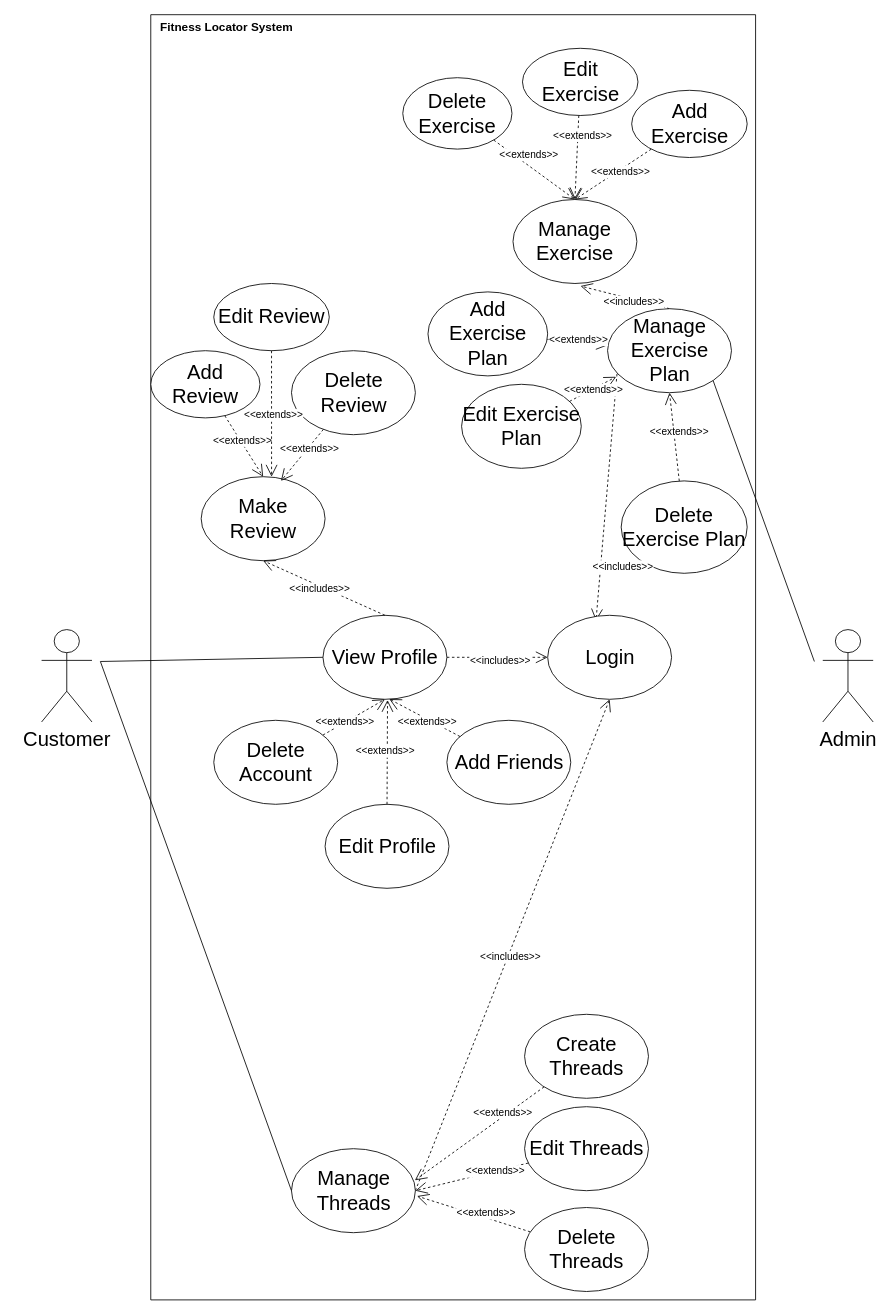
Before: Usecases_Diagram/UseCase.drawio in dihcuierc/TrainTogether, a draw.io diagram. Source tidied: cells renumbered, new cells numbered last; positions are measured from the earlier drawing's top-left corner, leaving out a move shared by most shapes. Both pictures are drawn from the tidied source at 84%, with x=0, y=0 at pixel (41, 14).
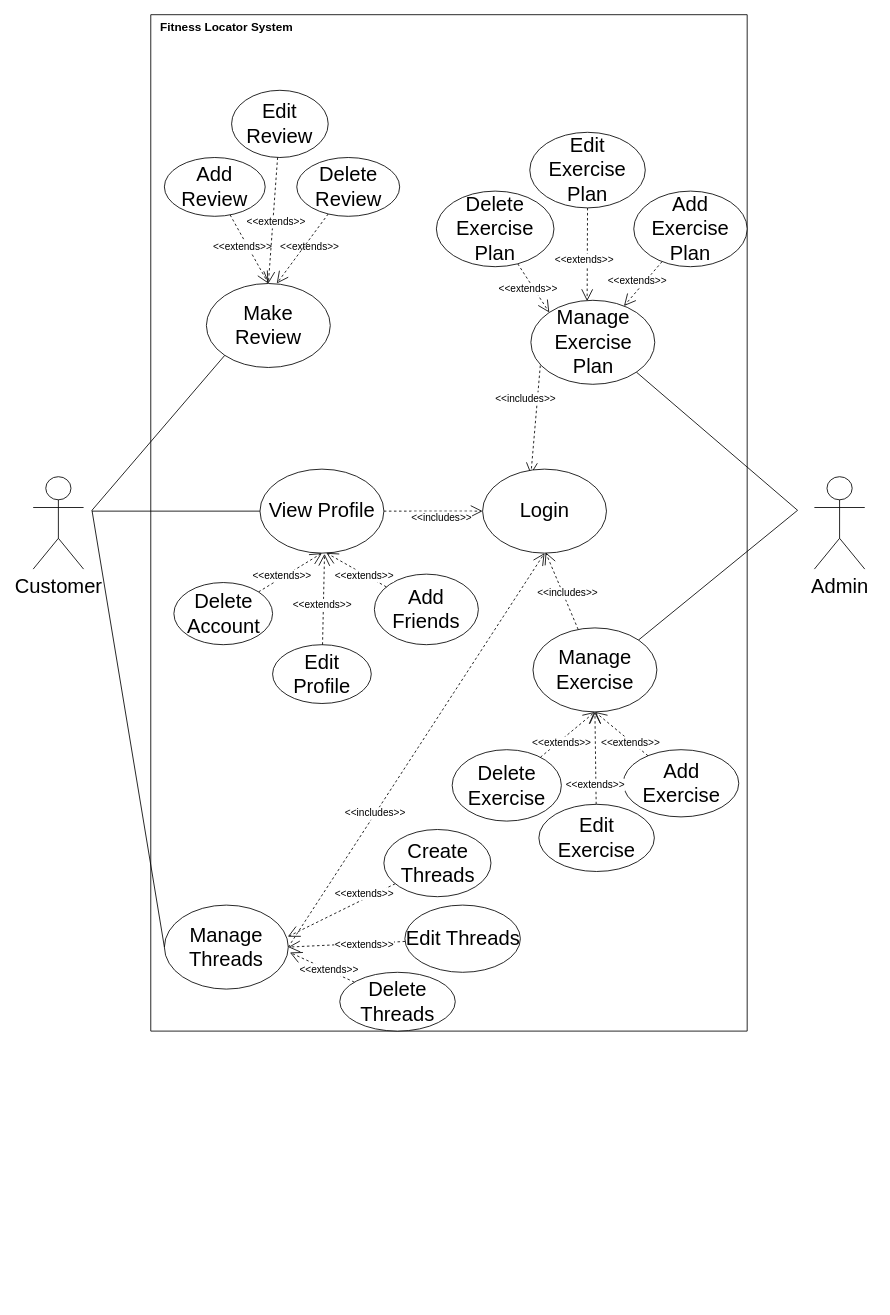
The same diagram, later.

Commit message (it also covers changes not shown here):
Small Changes to Usecase & Added Use Case Template

What changed in the source:
```diff
@@
     <mxCell id="2" style="edgeStyle=none;shape=connector;rounded=0;jettySize=auto;html=1;entryX=0;entryY=0.5;entryDx=0;entryDy=0;labelBackgroundColor=default;strokeColor=default;fontFamily=Helvetica;fontSize=24;fontColor=default;endArrow=none;" parent="1" edge="1" target="34">
       <mxGeometry relative="1" as="geometry">
-        <mxPoint x="70" y="770" as="sourcePoint" />
+        <mxPoint x="60" y="591" as="sourcePoint" />
       </mxGeometry>
     </mxCell>
     <mxCell id="3" value="&lt;font style=&quot;font-size: 24px;&quot;&gt;Customer&lt;/font&gt;" style="shape=umlActor;verticalLabelPosition=bottom;verticalAlign=top;html=1;" parent="1" vertex="1">
-      <mxGeometry y="732" width="60" height="110" as="geometry" />
+      <mxGeometry x="-10" y="550" width="60" height="110" as="geometry" />
     </mxCell>
     <mxCell id="4" style="swimlane;startSize=0;" parent="1" vertex="1">
-      <mxGeometry x="130" width="720" height="1530" as="geometry" />
+      <mxGeometry x="130" width="710" height="1210" as="geometry" />
     </mxCell>
-    <mxCell id="5" style="edgeStyle=none;shape=connector;rounded=0;jettySize=auto;html=1;entryX=0.5;entryY=1;entryDx=0;entryDy=0;dashed=1;labelBackgroundColor=default;strokeColor=default;fontFamily=Helvetica;fontSize=24;fontColor=default;endArrow=open;endSize=12;" parent="4" edge="1" source="6" target="15">
+    <mxCell id="5" style="edgeStyle=none;shape=connector;rounded=0;jettySize=auto;html=1;entryX=0;entryY=0;entryDx=0;entryDy=0;dashed=1;labelBackgroundColor=default;strokeColor=default;fontFamily=Helvetica;fontSize=24;fontColor=default;endArrow=open;endSize=12;" parent="4" edge="1" source="6" target="15">
       <mxGeometry relative="1" as="geometry" />
     </mxCell>
     <mxCell id="6" value="Delete Exercise Plan" style="ellipse;whiteSpace=wrap;html=1;fontSize=24;" parent="4" vertex="1">
-      <mxGeometry x="560" y="555" width="150" height="110" as="geometry" />
+      <mxGeometry x="340" y="210" width="140" height="90" as="geometry" />
     </mxCell>
-    <mxCell id="7" style="edgeStyle=none;shape=connector;rounded=0;jettySize=auto;html=1;entryX=0.069;entryY=0.811;entryDx=0;entryDy=0;entryPerimeter=0;dashed=1;labelBackgroundColor=default;strokeColor=default;fontFamily=Helvetica;fontSize=24;fontColor=default;endArrow=open;endSize=12;" parent="4" edge="1" source="8" target="15">
+    <mxCell id="7" style="edgeStyle=none;shape=connector;rounded=0;jettySize=auto;html=1;entryX=0.454;entryY=0.01;entryDx=0;entryDy=0;dashed=1;labelBackgroundColor=default;strokeColor=default;fontFamily=Helvetica;fontSize=24;fontColor=default;endArrow=open;endSize=12;entryPerimeter=0;" parent="4" edge="1" source="8" target="15">
       <mxGeometry relative="1" as="geometry" />
     </mxCell>
     <mxCell id="8" value="Edit Exercise Plan" style="ellipse;whiteSpace=wrap;html=1;fontSize=24;" parent="4" vertex="1">
-      <mxGeometry x="370" y="440" width="142.5" height="100" as="geometry" />
+      <mxGeometry x="451.2" y="140" width="137.5" height="90" as="geometry" />
     </mxCell>
     <mxCell id="9" value="Make &lt;br&gt;Review" style="ellipse;whiteSpace=wrap;html=1;fontSize=24;" parent="4" vertex="1">
-      <mxGeometry x="60" y="550" width="147.5" height="100" as="geometry" />
+      <mxGeometry x="66.2" y="320" width="147.5" height="100" as="geometry" />
     </mxCell>
@@
     <mxCell id="11" value="Add Review" style="ellipse;whiteSpace=wrap;html=1;fontSize=24;" parent="4" vertex="1">
-      <mxGeometry y="400" width="130" height="80" as="geometry" />
+      <mxGeometry x="16.2" y="170" width="120" height="70" as="geometry" />
     </mxCell>
     <mxCell id="12" value="Delete Review" style="ellipse;whiteSpace=wrap;html=1;fontSize=24;" parent="4" vertex="1">
-      <mxGeometry x="167.5" y="400" width="147.5" height="100" as="geometry" />
+      <mxGeometry x="173.8" y="170" width="122.5" height="70" as="geometry" />
     </mxCell>
@@
-    <mxCell id="14" style="edgeStyle=none;shape=connector;rounded=0;jettySize=auto;html=1;entryX=0.545;entryY=1.03;entryDx=0;entryDy=0;entryPerimeter=0;dashed=1;labelBackgroundColor=default;strokeColor=default;fontFamily=Helvetica;fontSize=11;fontColor=default;endArrow=open;endSize=12;exitX=0.5;exitY=0;exitDx=0;exitDy=0;" parent="4" edge="1" source="15" target="20">
-      <mxGeometry relative="1" as="geometry" />
-    </mxCell>
     <mxCell id="15" value="Manage Exercise Plan" style="ellipse;whiteSpace=wrap;html=1;fontSize=24;" parent="4" vertex="1">
-      <mxGeometry x="543.8" y="350" width="147.5" height="100" as="geometry" />
+      <mxGeometry x="452.5" y="340" width="147.5" height="100" as="geometry" />
     </mxCell>
-    <mxCell id="16" style="edgeStyle=none;shape=connector;rounded=0;jettySize=auto;html=1;entryX=0.5;entryY=0;entryDx=0;entryDy=0;dashed=1;labelBackgroundColor=default;strokeColor=default;fontFamily=Helvetica;fontSize=24;fontColor=default;endArrow=open;endSize=12;" parent="4" edge="1" source="17" target="20">
+    <mxCell id="16" style="edgeStyle=none;shape=connector;rounded=0;jettySize=auto;html=1;entryX=0.5;entryY=1;entryDx=0;entryDy=0;dashed=1;labelBackgroundColor=default;strokeColor=default;fontFamily=Helvetica;fontSize=24;fontColor=default;endArrow=open;endSize=12;" parent="4" edge="1" source="17" target="20">
       <mxGeometry relative="1" as="geometry" />
     </mxCell>
     <mxCell id="17" value="Edit Exercise" style="ellipse;whiteSpace=wrap;html=1;fontSize=24;" parent="4" vertex="1">
-      <mxGeometry x="442.5" y="40" width="137.5" height="80" as="geometry" />
+      <mxGeometry x="462" y="940" width="137.5" height="80" as="geometry" />
     </mxCell>
-    <mxCell id="18" style="edgeStyle=none;shape=connector;rounded=0;jettySize=auto;html=1;entryX=0.5;entryY=0;entryDx=0;entryDy=0;dashed=1;labelBackgroundColor=default;strokeColor=default;fontFamily=Helvetica;fontSize=24;fontColor=default;endArrow=open;endSize=12;" parent="4" edge="1" source="19" target="20">
+    <mxCell id="18" style="edgeStyle=none;shape=connector;rounded=0;jettySize=auto;html=1;entryX=0.5;entryY=1;entryDx=0;entryDy=0;dashed=1;labelBackgroundColor=default;strokeColor=default;fontFamily=Helvetica;fontSize=24;fontColor=default;endArrow=open;endSize=12;" parent="4" edge="1" source="19" target="20">
       <mxGeometry relative="1" as="geometry" />
     </mxCell>
     <mxCell id="19" value="Delete Exercise" style="ellipse;whiteSpace=wrap;html=1;fontSize=24;" parent="4" vertex="1">
-      <mxGeometry x="300" y="75" width="130" height="85" as="geometry" />
+      <mxGeometry x="358.8" y="875" width="130" height="85" as="geometry" />
     </mxCell>
     <mxCell id="20" value="Manage Exercise" style="ellipse;whiteSpace=wrap;html=1;fontSize=24;" parent="4" vertex="1">
-      <mxGeometry x="431.2" y="220" width="147.5" height="100" as="geometry" />
+      <mxGeometry x="455" y="730" width="147.5" height="100" as="geometry" />
     </mxCell>
@@
     <mxCell id="22" value="Manage Threads" style="ellipse;whiteSpace=wrap;html=1;fontSize=24;" parent="4" vertex="1">
-      <mxGeometry x="167.5" y="1350" width="147.5" height="100" as="geometry" />
+      <mxGeometry x="16.2" y="1060" width="147.5" height="100" as="geometry" />
     </mxCell>
     <mxCell id="23" value="Edit Threads" style="ellipse;whiteSpace=wrap;html=1;fontSize=24;" parent="4" vertex="1">
-      <mxGeometry x="445" y="1300" width="147.5" height="100" as="geometry" />
+      <mxGeometry x="302.5" y="1060" width="137.5" height="80" as="geometry" />
     </mxCell>
@@
     <mxCell id="25" value="Delete Threads" style="ellipse;whiteSpace=wrap;html=1;fontSize=24;" parent="4" vertex="1">
-      <mxGeometry x="445" y="1420" width="147.5" height="100" as="geometry" />
+      <mxGeometry x="225" y="1140" width="137.5" height="70" as="geometry" />
     </mxCell>
@@
     <mxCell id="28" value="Create&lt;br&gt;Threads" style="ellipse;whiteSpace=wrap;html=1;fontSize=24;" parent="4" vertex="1">
-      <mxGeometry x="445" y="1190" width="147.5" height="100" as="geometry" />
+      <mxGeometry x="277.5" y="970" width="127.5" height="80" as="geometry" />
     </mxCell>
-    <mxCell id="29" style="edgeStyle=none;shape=connector;rounded=0;jettySize=auto;html=1;entryX=0.5;entryY=0;entryDx=0;entryDy=0;dashed=1;labelBackgroundColor=default;strokeColor=default;fontFamily=Helvetica;fontSize=24;fontColor=default;endArrow=open;endSize=12;" parent="4" edge="1" source="30" target="20">
+    <mxCell id="29" style="edgeStyle=none;shape=connector;rounded=0;jettySize=auto;html=1;entryX=0.5;entryY=1;entryDx=0;entryDy=0;dashed=1;labelBackgroundColor=default;strokeColor=default;fontFamily=Helvetica;fontSize=24;fontColor=default;endArrow=open;endSize=12;" parent="4" edge="1" source="30" target="20">
       <mxGeometry relative="1" as="geometry" />
     </mxCell>
     <mxCell id="30" value="Add Exercise" style="ellipse;whiteSpace=wrap;html=1;fontSize=24;" parent="4" vertex="1">
-      <mxGeometry x="572.5" y="90" width="137.5" height="80" as="geometry" />
+      <mxGeometry x="562.5" y="875" width="137.5" height="80" as="geometry" />
     </mxCell>
     <mxCell id="31" value="Edit Review" style="ellipse;whiteSpace=wrap;html=1;fontSize=24;" parent="4" vertex="1">
-      <mxGeometry x="75" y="320" width="137.5" height="80" as="geometry" />
+      <mxGeometry x="96.2" y="90" width="115" height="80" as="geometry" />
     </mxCell>
     <mxCell id="32" value="Login" style="ellipse;whiteSpace=wrap;html=1;fontSize=24;" parent="4" vertex="1">
-      <mxGeometry x="472.5" y="715" width="147.5" height="100" as="geometry" />
+      <mxGeometry x="395" y="541" width="147.5" height="100" as="geometry" />
     </mxCell>
@@
     <mxCell id="34" value="View Profile" style="ellipse;whiteSpace=wrap;html=1;fontSize=24;" parent="4" vertex="1">
-      <mxGeometry x="205" y="715" width="147.5" height="100" as="geometry" />
+      <mxGeometry x="130" y="541" width="147.5" height="100" as="geometry" />
     </mxCell>
@@
     <mxCell id="36" value="Add Exercise Plan" style="ellipse;whiteSpace=wrap;html=1;fontSize=24;" parent="4" vertex="1">
-      <mxGeometry x="330" y="330" width="142.5" height="100" as="geometry" />
+      <mxGeometry x="575" y="210" width="135" height="90" as="geometry" />
     </mxCell>
-    <mxCell id="37" style="edgeStyle=none;shape=connector;rounded=0;jettySize=auto;html=1;entryX=0.5;entryY=1;entryDx=0;entryDy=0;dashed=1;labelBackgroundColor=default;strokeColor=default;fontFamily=Helvetica;fontSize=11;fontColor=default;endArrow=open;endSize=12;exitX=0.5;exitY=0;exitDx=0;exitDy=0;" parent="4" edge="1" source="34" target="9">
-      <mxGeometry relative="1" as="geometry" />
-    </mxCell>
@@
     <mxCell id="39" value="Delete Account" style="ellipse;whiteSpace=wrap;html=1;fontSize=24;" parent="4" vertex="1">
-      <mxGeometry x="75" y="840" width="147.5" height="100" as="geometry" />
+      <mxGeometry x="27.5" y="676" width="117.5" height="74" as="geometry" />
     </mxCell>
     <mxCell id="40" value="Edit Profile" style="ellipse;whiteSpace=wrap;html=1;fontSize=24;" parent="4" vertex="1">
-      <mxGeometry x="207.5" y="940" width="147.5" height="100" as="geometry" />
+      <mxGeometry x="145" y="750" width="117.5" height="70" as="geometry" />
     </mxCell>
     <mxCell id="41" value="Add Friends" style="ellipse;whiteSpace=wrap;html=1;fontSize=24;" parent="4" vertex="1">
-      <mxGeometry x="352.5" y="840" width="147.5" height="100" as="geometry" />
+      <mxGeometry x="266.2" y="666" width="123.8" height="84" as="geometry" />
     </mxCell>
-    <mxCell id="42" value="&amp;lt;&amp;lt;includes&amp;gt;&amp;gt;" style="edgeLabel;html=1;align=center;verticalAlign=middle;fontSize=12;fontFamily=Helvetica;fontColor=default;" parent="4" vertex="1">
-      <mxGeometry x="578.8" y="340" as="geometry">
-        <mxPoint x="-4" y="1" as="offset" />
-      </mxGeometry>
-    </mxCell>
-    <mxCell id="43" value="&amp;lt;&amp;lt;includes&amp;gt;&amp;gt;" style="edgeLabel;html=1;align=center;verticalAlign=middle;fontSize=12;fontFamily=Helvetica;fontColor=default;" parent="4" vertex="1">
-      <mxGeometry x="180" y="690" as="geometry">
-        <mxPoint x="20" y="-7" as="offset" />
-      </mxGeometry>
-    </mxCell>
     <mxCell id="44" value="&amp;lt;&amp;lt;includes&amp;gt;&amp;gt;" style="edgeLabel;html=1;align=center;verticalAlign=middle;fontSize=12;fontFamily=Helvetica;fontColor=default;" parent="4" vertex="1">
-      <mxGeometry x="410" y="800" as="geometry">
+      <mxGeometry x="340" y="630" as="geometry">
         <mxPoint x="5" y="-32" as="offset" />
       </mxGeometry>
     </mxCell>
     <mxCell id="45" value="&amp;lt;&amp;lt;includes&amp;gt;&amp;gt;" style="edgeLabel;html=1;align=center;verticalAlign=middle;fontSize=12;fontFamily=Helvetica;fontColor=default;" parent="4" vertex="1">
-      <mxGeometry x="502.5" y="640" as="geometry">
+      <mxGeometry x="386.3" y="440" as="geometry">
         <mxPoint x="59" y="16" as="offset" />
       </mxGeometry>
     </mxCell>
     <mxCell id="46" value="&amp;lt;&amp;lt;includes&amp;gt;&amp;gt;" style="edgeLabel;html=1;align=center;verticalAlign=middle;fontSize=12;fontFamily=Helvetica;fontColor=default;" parent="4" vertex="1">
-      <mxGeometry x="431.3" y="1120" as="geometry">
-        <mxPoint x="-4" y="1" as="offset" />
+      <mxGeometry x="157.5" y="430" as="geometry">
+        <mxPoint x="109" y="520" as="offset" />
       </mxGeometry>
     </mxCell>
@@
     <mxCell id="49" value="&amp;lt;&amp;lt;extends&amp;gt;&amp;gt;" style="edgeLabel;html=1;align=center;verticalAlign=middle;fontSize=12;fontFamily=Helvetica;fontColor=default;" parent="4" vertex="1">
-      <mxGeometry x="222.5" y="815" as="geometry">
+      <mxGeometry x="147.5" y="641" as="geometry">
         <mxPoint x="8" y="26" as="offset" />
       </mxGeometry>
     </mxCell>
     <mxCell id="50" value="&amp;lt;&amp;lt;extends&amp;gt;&amp;gt;" style="edgeLabel;html=1;align=center;verticalAlign=middle;fontSize=12;fontFamily=Helvetica;fontColor=default;" parent="4" vertex="1">
-      <mxGeometry x="270" y="850" as="geometry">
+      <mxGeometry x="195" y="676" as="geometry">
         <mxPoint x="8" y="26" as="offset" />
       </mxGeometry>
     </mxCell>
     <mxCell id="51" value="&amp;lt;&amp;lt;extends&amp;gt;&amp;gt;" style="edgeLabel;html=1;align=center;verticalAlign=middle;fontSize=12;fontFamily=Helvetica;fontColor=default;" parent="4" vertex="1">
-      <mxGeometry x="320" y="815" as="geometry">
+      <mxGeometry x="245" y="641" as="geometry">
         <mxPoint x="8" y="26" as="offset" />
       </mxGeometry>
     </mxCell>
     <mxCell id="52" value="&amp;lt;&amp;lt;extends&amp;gt;&amp;gt;" style="edgeLabel;html=1;align=center;verticalAlign=middle;fontSize=12;fontFamily=Helvetica;fontColor=default;" parent="4" vertex="1">
-      <mxGeometry x="100" y="480" as="geometry">
+      <mxGeometry x="100" y="250" as="geometry">
         <mxPoint x="8" y="26" as="offset" />
       </mxGeometry>
     </mxCell>
@@
     <mxCell id="54" value="&amp;lt;&amp;lt;extends&amp;gt;&amp;gt;" style="edgeLabel;html=1;align=center;verticalAlign=middle;fontSize=12;fontFamily=Helvetica;fontColor=default;" parent="4" vertex="1">
-      <mxGeometry x="390" y="1400" as="geometry">
+      <mxGeometry x="203.8" y="1110" as="geometry">
         <mxPoint x="8" y="26" as="offset" />
       </mxGeometry>
     </mxCell>
     <mxCell id="55" value="&amp;lt;&amp;lt;extends&amp;gt;&amp;gt;" style="edgeLabel;html=1;align=center;verticalAlign=middle;fontSize=12;fontFamily=Helvetica;fontColor=default;" parent="4" vertex="1">
-      <mxGeometry x="410" y="1280" as="geometry">
+      <mxGeometry x="245" y="1020" as="geometry">
         <mxPoint x="8" y="26" as="offset" />
       </mxGeometry>
     </mxCell>
     <mxCell id="56" value="&amp;lt;&amp;lt;extends&amp;gt;&amp;gt;" style="edgeLabel;html=1;align=center;verticalAlign=middle;fontSize=12;fontFamily=Helvetica;fontColor=default;" parent="4" vertex="1">
-      <mxGeometry x="401.3" y="1350" as="geometry">
+      <mxGeometry x="245" y="1080" as="geometry">
         <mxPoint x="8" y="26" as="offset" />
       </mxGeometry>
     </mxCell>
     <mxCell id="57" value="&amp;lt;&amp;lt;extends&amp;gt;&amp;gt;" style="edgeLabel;html=1;align=center;verticalAlign=middle;fontSize=12;fontFamily=Helvetica;fontColor=default;" parent="4" vertex="1">
-      <mxGeometry x="441.3" y="140" as="geometry">
+      <mxGeometry x="480" y="840" as="geometry">
         <mxPoint x="8" y="26" as="offset" />
       </mxGeometry>
     </mxCell>
     <mxCell id="58" value="&amp;lt;&amp;lt;extends&amp;gt;&amp;gt;" style="edgeLabel;html=1;align=center;verticalAlign=middle;fontSize=12;fontFamily=Helvetica;fontColor=default;" parent="4" vertex="1">
-      <mxGeometry x="505" y="117.5" as="geometry">
+      <mxGeometry x="562.5" y="840" as="geometry">
         <mxPoint x="8" y="26" as="offset" />
       </mxGeometry>
     </mxCell>
     <mxCell id="59" value="&amp;lt;&amp;lt;extends&amp;gt;&amp;gt;" style="edgeLabel;html=1;align=center;verticalAlign=middle;fontSize=12;fontFamily=Helvetica;fontColor=default;" parent="4" vertex="1">
-      <mxGeometry x="550" y="160" as="geometry">
+      <mxGeometry x="520" y="890" as="geometry">
         <mxPoint x="8" y="26" as="offset" />
       </mxGeometry>
     </mxCell>
     <mxCell id="60" value="&amp;lt;&amp;lt;extends&amp;gt;&amp;gt;" style="edgeLabel;html=1;align=center;verticalAlign=middle;fontSize=12;fontFamily=Helvetica;fontColor=default;" parent="4" vertex="1">
-      <mxGeometry x="500" y="360" as="geometry">
+      <mxGeometry x="440" y="300" as="geometry">
         <mxPoint x="8" y="26" as="offset" />
       </mxGeometry>
     </mxCell>
     <mxCell id="61" value="&amp;lt;&amp;lt;extends&amp;gt;&amp;gt;" style="edgeLabel;html=1;align=center;verticalAlign=middle;fontSize=12;fontFamily=Helvetica;fontColor=default;" parent="4" vertex="1">
-      <mxGeometry x="518.8" y="420" as="geometry">
+      <mxGeometry x="507.5" y="265" as="geometry">
         <mxPoint x="8" y="26" as="offset" />
       </mxGeometry>
     </mxCell>
     <mxCell id="62" value="&amp;lt;&amp;lt;extends&amp;gt;&amp;gt;" style="edgeLabel;html=1;align=center;verticalAlign=middle;fontSize=12;fontFamily=Helvetica;fontColor=default;" parent="4" vertex="1">
-      <mxGeometry x="620" y="470" as="geometry">
+      <mxGeometry x="570" y="290" as="geometry">
         <mxPoint x="8" y="26" as="offset" />
       </mxGeometry>
     </mxCell>
+    <mxCell id="68" value="&amp;lt;&amp;lt;extends&amp;gt;&amp;gt;" style="edgeLabel;html=1;align=center;verticalAlign=middle;fontSize=12;fontFamily=Helvetica;fontColor=default;" parent="4" vertex="1">
+      <mxGeometry x="180" y="250" as="geometry">
+        <mxPoint x="8" y="26" as="offset" />
+      </mxGeometry>
+    </mxCell>
     <mxCell id="63" style="edgeStyle=none;shape=connector;rounded=0;jettySize=auto;html=1;entryX=1;entryY=1;entryDx=0;entryDy=0;labelBackgroundColor=default;strokeColor=default;fontFamily=Helvetica;fontSize=24;fontColor=default;endArrow=none;" parent="1" edge="1" target="15">
       <mxGeometry relative="1" as="geometry">
-        <mxPoint x="920" y="770" as="sourcePoint" />
+        <mxPoint x="900" y="590" as="sourcePoint" />
       </mxGeometry>
     </mxCell>
     <mxCell id="64" value="&lt;font style=&quot;font-size: 24px;&quot;&gt;Admin&lt;/font&gt;" style="shape=umlActor;verticalLabelPosition=bottom;verticalAlign=top;html=1;" parent="1" vertex="1">
-      <mxGeometry x="930" y="732" width="60" height="110" as="geometry" />
+      <mxGeometry x="920" y="550" width="60" height="110" as="geometry" />
     </mxCell>
     <mxCell id="65" style="edgeStyle=none;shape=connector;rounded=0;jettySize=auto;html=1;labelBackgroundColor=default;strokeColor=default;fontFamily=Helvetica;fontSize=24;fontColor=default;endArrow=none;exitX=0;exitY=0.5;exitDx=0;exitDy=0;" parent="1" edge="1" source="22">
       <mxGeometry relative="1" as="geometry">
-        <mxPoint x="70" y="770" as="targetPoint" />
+        <mxPoint x="60" y="590" as="targetPoint" />
       </mxGeometry>
     </mxCell>
     <mxCell id="66" style="edgeStyle=none;shape=connector;rounded=0;jettySize=auto;html=1;dashed=1;labelBackgroundColor=default;strokeColor=default;fontFamily=Helvetica;fontSize=24;fontColor=default;endArrow=open;endSize=12;" parent="1" edge="1" source="31">
       <mxGeometry relative="1" as="geometry">
-        <mxPoint x="273.8" y="550" as="targetPoint" />
+        <mxPoint x="270" y="320" as="targetPoint" />
       </mxGeometry>
     </mxCell>
     <mxCell id="67" style="edgeStyle=none;shape=connector;rounded=0;jettySize=auto;html=1;dashed=1;labelBackgroundColor=default;strokeColor=default;fontFamily=Helvetica;fontSize=24;fontColor=default;endArrow=open;endSize=12;" parent="1" edge="1" source="12">
       <mxGeometry relative="1" as="geometry">
-        <mxPoint x="285" y="555" as="targetPoint" />
+        <mxPoint x="280" y="320" as="targetPoint" />
       </mxGeometry>
     </mxCell>
-    <mxCell id="68" value="&amp;lt;&amp;lt;extends&amp;gt;&amp;gt;" style="edgeLabel;html=1;align=center;verticalAlign=middle;fontSize=12;fontFamily=Helvetica;fontColor=default;" parent="1" vertex="1">
-      <mxGeometry x="310" y="490" as="geometry">
-        <mxPoint x="8" y="26" as="offset" />
-      </mxGeometry>
-    </mxCell>
     <mxCell id="69" value="&amp;lt;&amp;lt;extends&amp;gt;&amp;gt;" style="edgeLabel;html=1;align=center;verticalAlign=middle;fontSize=12;fontFamily=Helvetica;fontColor=default;" parent="1" vertex="1">
-      <mxGeometry x="267.5" y="450" as="geometry">
+      <mxGeometry x="270" y="220" as="geometry">
         <mxPoint x="8" y="26" as="offset" />
       </mxGeometry>
     </mxCell>
+    <mxCell id="70" style="edgeStyle=none;shape=connector;rounded=0;jettySize=auto;html=1;exitX=0;exitY=1;exitDx=0;exitDy=0;labelBackgroundColor=default;strokeColor=default;fontFamily=Helvetica;fontSize=24;fontColor=default;endArrow=none;" parent="1" edge="1" source="9">
+      <mxGeometry relative="1" as="geometry">
+        <mxPoint x="60" y="590" as="targetPoint" />
+      </mxGeometry>
+    </mxCell>
+    <mxCell id="71" style="edgeStyle=none;shape=connector;rounded=0;jettySize=auto;html=1;exitX=1;exitY=0;exitDx=0;exitDy=0;labelBackgroundColor=default;strokeColor=default;fontFamily=Helvetica;fontSize=24;fontColor=default;endArrow=none;" parent="1" edge="1" source="20">
+      <mxGeometry relative="1" as="geometry">
+        <mxPoint x="900" y="590" as="targetPoint" />
+      </mxGeometry>
+    </mxCell>
+    <mxCell id="72" style="edgeStyle=none;shape=connector;rounded=0;jettySize=auto;html=1;dashed=1;labelBackgroundColor=default;strokeColor=default;fontFamily=Helvetica;fontSize=11;fontColor=default;endArrow=open;endSize=12;" parent="1" edge="1" source="20">
+      <mxGeometry relative="1" as="geometry">
+        <mxPoint x="600" y="640" as="targetPoint" />
+      </mxGeometry>
+    </mxCell>
+    <mxCell id="73" value="&amp;lt;&amp;lt;includes&amp;gt;&amp;gt;" style="edgeLabel;html=1;align=center;verticalAlign=middle;fontSize=12;fontFamily=Helvetica;fontColor=default;" parent="1" vertex="1">
+      <mxGeometry x="620" y="720" as="geometry">
+        <mxPoint x="5" y="-32" as="offset" />
+      </mxGeometry>
+    </mxCell>
```
